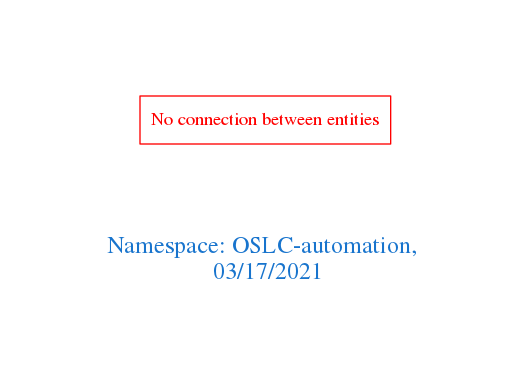
This is downloads/OSLC-automation.png from arago/OGIT, a Graphviz export, as it was before one commit. Its source is kept beside it as downloads/OSLC-automation.dot.
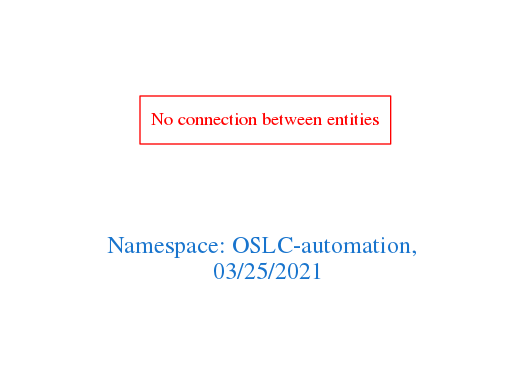
After the change.

Change to the diagram source:
```diff
@@ -1,7 +1,7 @@
 digraph OGIT_ontology {
  graph [ rankdir= LR,pad=1
 fontsize = 18,
-fontcolor= dodgerblue3,label = "\n\n\nNamespace: OSLC-automation, \n 03/17/2021"];
+fontcolor= dodgerblue3,label = "\n\n\nNamespace: OSLC-automation, \n 03/25/2021"];
 node[shape=polygon];
 edge [  color="gray81"];
 
```
